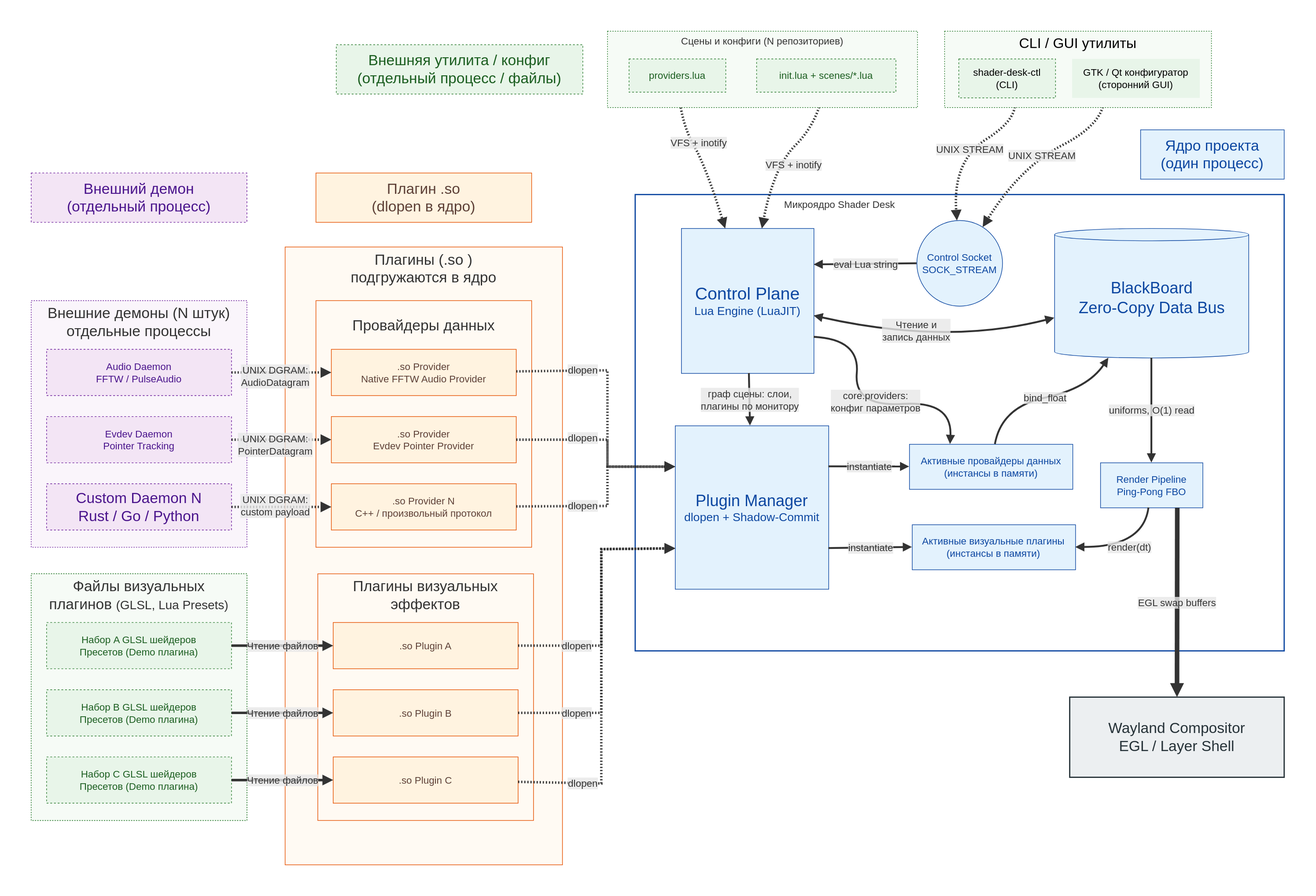
Earlier version of the draw.io export docs/ru/diagram/SVG/Архитектура.drawio.svg (KMartianov/shader-desk). Source tidied: cells renumbered, new cells last; positions are measured from the earlier drawing's top-left corner, leaving out a move shared by most shapes.
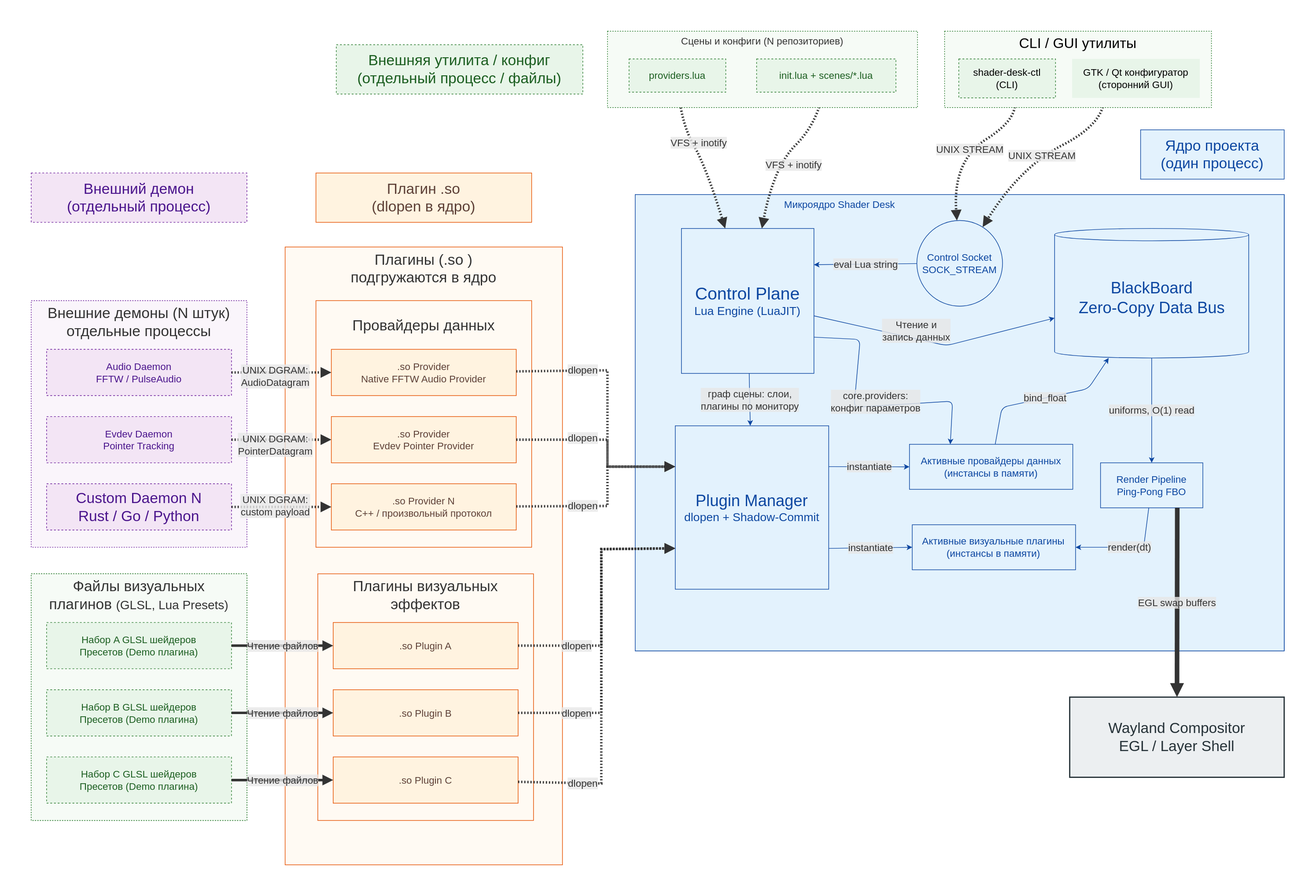
Above is the later version.

What changed in the source:
```diff
@@ -2,43 +2,43 @@
   <root>
     <mxCell id="0" />
     <mxCell id="1" parent="0" />
-    <mxCell id="2" style="group;" parent="1" vertex="1">
+    <mxCell id="2" style="group;fillColor=none;align=center;" parent="1" vertex="1">
       <mxGeometry x="980" y="160" width="1053" height="1050" as="geometry" />
     </mxCell>
-    <mxCell id="3" style="group;fillColor=default;" parent="2" vertex="1">
+    <mxCell id="3" style="group;fillColor=light-dark(#E3F2FD,#070B0E);fontColor=#0d47a1;strokeColor=#0d47a1;strokeWidth=1;align=center;verticalAlign=middle;fontFamily=Trebuchet MS,Verdana,Arial,sans-serif;fontSize=16;" parent="2" vertex="1">
       <mxGeometry y="105" width="1053" height="740" as="geometry" />
     </mxCell>
-    <mxCell id="4" value="&amp;nbsp; &amp;nbsp; &amp;nbsp; &amp;nbsp; &amp;nbsp; &amp;nbsp; &amp;nbsp; &amp;nbsp; &amp;nbsp; &amp;nbsp; &amp;nbsp; &amp;nbsp; &amp;nbsp; &amp;nbsp; &amp;nbsp; &amp;nbsp; &amp;nbsp; &amp;nbsp; &amp;nbsp; &amp;nbsp; &amp;nbsp; &amp;nbsp; &amp;nbsp; &amp;nbsp; &amp;nbsp; &amp;nbsp; &amp;nbsp; Микроядро Shader Desk" style="html=1;whiteSpace=wrap;strokeWidth=2;verticalAlign=top;fillColor=default;strokeColor=#0d47a1;fontColor=light-dark(#333333,#cccccc);fontFamily=Trebuchet MS,Verdana,Arial,sans-serif;fontSize=16;align=left;" parent="3" vertex="1">
+    <mxCell id="4" value="&amp;nbsp; &amp;nbsp; &amp;nbsp; &amp;nbsp; &amp;nbsp; &amp;nbsp; &amp;nbsp; &amp;nbsp; &amp;nbsp; &amp;nbsp; &amp;nbsp; &amp;nbsp; &amp;nbsp; &amp;nbsp; &amp;nbsp; &amp;nbsp; &amp;nbsp; &amp;nbsp; &amp;nbsp; &amp;nbsp; &amp;nbsp; &amp;nbsp; &amp;nbsp; &amp;nbsp; &amp;nbsp; &amp;nbsp; &amp;nbsp; Микроядро Shader Desk" style="html=1;whiteSpace=wrap;strokeWidth=1;verticalAlign=top;fillColor=light-dark(#E3F2FD,#001313);strokeColor=#0d47a1;fontColor=#0d47a1;fontFamily=Trebuchet MS,Verdana,Arial,sans-serif;fontSize=16;align=left;" parent="3" vertex="1">
       <mxGeometry width="1053" height="740" as="geometry" />
     </mxCell>
-    <mxCell id="5" style="group;" parent="3" vertex="1">
+    <mxCell id="5" style="group;strokeColor=none;strokeWidth=1;align=center;verticalAlign=middle;fontFamily=Trebuchet MS,Verdana,Arial,sans-serif;fontSize=16;fontColor=#0d47a1;fillColor=none;" parent="3" vertex="1">
       <mxGeometry x="65" y="42" width="930.5" height="598" as="geometry" />
     </mxCell>
-    <mxCell id="6" value="Render Pipeline&#10;Ping-Pong FBO" style="html=1;whiteSpace=wrap;strokeWidth=1;fillColor=#e3f2fd;strokeColor=#0d47a1;fontColor=#0d47a1;fontFamily=Trebuchet MS,Verdana,Arial,sans-serif;fontSize=16;" parent="5" vertex="1">
+    <mxCell id="6" value="Render Pipeline&#10;Ping-Pong FBO" style="html=1;whiteSpace=wrap;strokeWidth=1;fillColor=#e3f2fd;strokeColor=#0d47a1;fontColor=#0d47a1;fontFamily=Trebuchet MS,Verdana,Arial,sans-serif;fontSize=16;align=center;verticalAlign=middle;" parent="5" vertex="1">
       <mxGeometry x="690" y="393" width="166" height="73" as="geometry" />
     </mxCell>
-    <mxCell id="7" value="&lt;font style=&quot;font-size: 26px;&quot;&gt;BlackBoard&lt;br&gt;Zero-Copy Data Bus&lt;/font&gt;" style="html=1;shape=cylinder3;boundedLbl=1;backgroundOutline=1;size=10;strokeWidth=1;whiteSpace=wrap;fillColor=#e3f2fd;strokeColor=#0d47a1;fontColor=#0d47a1;fontFamily=Trebuchet MS,Verdana,Arial,sans-serif;fontSize=16;" parent="5" vertex="1">
+    <mxCell id="7" value="&lt;font style=&quot;font-size: 26px;&quot;&gt;BlackBoard&lt;br&gt;Zero-Copy Data Bus&lt;/font&gt;" style="html=1;shape=cylinder3;boundedLbl=1;backgroundOutline=1;size=10;strokeWidth=1;whiteSpace=wrap;fillColor=#e3f2fd;strokeColor=#0d47a1;fontColor=#0d47a1;fontFamily=Trebuchet MS,Verdana,Arial,sans-serif;fontSize=16;align=center;verticalAlign=middle;" parent="5" vertex="1">
       <mxGeometry x="615.5" y="13" width="315" height="210" as="geometry" />
     </mxCell>
-    <mxCell id="8" value="Control Socket&#10;SOCK_STREAM" style="ellipse;html=1;strokeWidth=1;whiteSpace=wrap;fillColor=#e3f2fd;strokeColor=#0d47a1;fontColor=#0d47a1;fontFamily=Trebuchet MS,Verdana,Arial,sans-serif;fontSize=16;" parent="5" vertex="1">
+    <mxCell id="8" value="Control Socket&#10;SOCK_STREAM" style="ellipse;html=1;strokeWidth=1;whiteSpace=wrap;fillColor=#e3f2fd;strokeColor=#0d47a1;fontColor=#0d47a1;fontFamily=Trebuchet MS,Verdana,Arial,sans-serif;fontSize=16;align=center;verticalAlign=middle;" parent="5" vertex="1">
       <mxGeometry x="392" width="139" height="139" as="geometry" />
     </mxCell>
-    <mxCell id="9" value="Активные провайдеры данных&#10;(инстансы в памяти)" style="html=1;whiteSpace=wrap;strokeWidth=1;fillColor=#e3f2fd;strokeColor=#0d47a1;fontColor=#0d47a1;fontFamily=Trebuchet MS,Verdana,Arial,sans-serif;fontSize=16;" parent="5" vertex="1">
+    <mxCell id="9" value="Активные провайдеры данных&#10;(инстансы в памяти)" style="html=1;whiteSpace=wrap;strokeWidth=1;fillColor=#e3f2fd;strokeColor=#0d47a1;fontColor=#0d47a1;fontFamily=Trebuchet MS,Verdana,Arial,sans-serif;fontSize=16;align=center;verticalAlign=middle;" parent="5" vertex="1">
       <mxGeometry x="380" y="363" width="265" height="73" as="geometry" />
     </mxCell>
-    <mxCell id="10" value="&lt;font style=&quot;&quot;&gt;&lt;font style=&quot;font-size: 28px;&quot;&gt;Control Plane&lt;/font&gt;&lt;br&gt;&lt;span style=&quot;font-size: 19px;&quot;&gt;Lua Engine (LuaJIT)&lt;/span&gt;&lt;/font&gt;" style="html=1;whiteSpace=wrap;strokeWidth=1;fillColor=#e3f2fd;strokeColor=#0d47a1;fontColor=#0d47a1;fontFamily=Trebuchet MS,Verdana,Arial,sans-serif;fontSize=16;" parent="5" vertex="1">
+    <mxCell id="10" value="&lt;font style=&quot;&quot;&gt;&lt;font style=&quot;font-size: 28px;&quot;&gt;Control Plane&lt;/font&gt;&lt;br&gt;&lt;span style=&quot;font-size: 19px;&quot;&gt;Lua Engine (LuaJIT)&lt;/span&gt;&lt;/font&gt;" style="html=1;whiteSpace=wrap;strokeWidth=1;fillColor=#e3f2fd;strokeColor=#0d47a1;fontColor=#0d47a1;fontFamily=Trebuchet MS,Verdana,Arial,sans-serif;fontSize=16;align=center;verticalAlign=middle;" parent="5" vertex="1">
       <mxGeometry x="10" y="13" width="215" height="235" as="geometry" />
     </mxCell>
-    <mxCell id="11" value="&lt;font style=&quot;&quot;&gt;&lt;font style=&quot;font-size: 26px;&quot;&gt;Plugin Manager&lt;/font&gt;&lt;br&gt;&lt;span style=&quot;font-size: 19px;&quot;&gt;dlopen + Shadow-Commit&lt;/span&gt;&lt;/font&gt;" style="html=1;whiteSpace=wrap;strokeWidth=1;fillColor=#e3f2fd;strokeColor=#0d47a1;fontColor=#0d47a1;fontFamily=Trebuchet MS,Verdana,Arial,sans-serif;fontSize=16;" parent="5" vertex="1">
+    <mxCell id="11" value="&lt;font style=&quot;&quot;&gt;&lt;font style=&quot;font-size: 26px;&quot;&gt;Plugin Manager&lt;/font&gt;&lt;br&gt;&lt;span style=&quot;font-size: 19px;&quot;&gt;dlopen + Shadow-Commit&lt;/span&gt;&lt;/font&gt;" style="html=1;whiteSpace=wrap;strokeWidth=1;fillColor=#e3f2fd;strokeColor=#0d47a1;fontColor=#0d47a1;fontFamily=Trebuchet MS,Verdana,Arial,sans-serif;fontSize=16;align=center;verticalAlign=middle;" parent="5" vertex="1">
       <mxGeometry y="333" width="249" height="265" as="geometry" />
     </mxCell>
-    <mxCell id="12" value="Активные визуальные плагины&#10;(инстансы в памяти)" style="html=1;whiteSpace=wrap;strokeWidth=1;fillColor=#e3f2fd;strokeColor=#0d47a1;fontColor=#0d47a1;fontFamily=Trebuchet MS,Verdana,Arial,sans-serif;fontSize=16;" parent="5" vertex="1">
+    <mxCell id="12" value="Активные визуальные плагины&#10;(инстансы в памяти)" style="html=1;whiteSpace=wrap;strokeWidth=1;fillColor=#e3f2fd;strokeColor=#0d47a1;fontColor=#0d47a1;fontFamily=Trebuchet MS,Verdana,Arial,sans-serif;fontSize=16;align=center;verticalAlign=middle;" parent="5" vertex="1">
       <mxGeometry x="384.5" y="493.5" width="265" height="73" as="geometry" />
     </mxCell>
-    <mxCell id="13" value="uniforms, O(1) read" style="curved=1;startArrow=none;endArrow=block;endSize=7;strokeColor=light-dark(#333333,#cccccc);html=1;fontSize=16;labelBackgroundColor=light-dark(#E8E8E88D,#2a2a2a8D);fontFamily=Trebuchet MS,Verdana,Arial,sans-serif;fontColor=light-dark(#333333,#cccccc);rounded=0;strokeWidth=3;" parent="5" edge="1" source="7" target="6">
+    <mxCell id="13" value="uniforms, O(1) read" style="strokeColor=#0d47a1;html=1;fontSize=16;fontFamily=Trebuchet MS,Verdana,Arial,sans-serif;fontColor=light-dark(#333333,#cccccc);strokeWidth=1;align=center;verticalAlign=middle;fillColor=#e3f2fd;fontStyle=0;labelBackgroundColor=light-dark(#E8E8E88D,#2a2a2a8D);horizontal=1;" parent="5" edge="1" source="7" target="6">
       <mxGeometry relative="1" as="geometry" />
     </mxCell>
-    <mxCell id="14" value="bind_float" style="curved=1;startArrow=none;endArrow=block;endSize=7;strokeColor=light-dark(#333333,#cccccc);html=1;fontSize=16;labelBackgroundColor=light-dark(#E8E8E88D,#2a2a2a8D);fontFamily=Trebuchet MS,Verdana,Arial,sans-serif;fontColor=light-dark(#333333,#cccccc);rounded=0;strokeWidth=3;" parent="5" edge="1" source="9" target="7">
+    <mxCell id="14" value="bind_float" style="strokeColor=#0d47a1;html=1;fontSize=16;fontFamily=Trebuchet MS,Verdana,Arial,sans-serif;fontColor=light-dark(#333333,#cccccc);strokeWidth=1;align=center;verticalAlign=middle;fillColor=#e3f2fd;fontStyle=0;labelBackgroundColor=light-dark(#E8E8E88D,#2a2a2a8D);horizontal=1;" parent="5" edge="1" source="9" target="7">
       <mxGeometry relative="1" as="geometry">
         <Array as="points">
           <mxPoint x="530" y="303" />
@@ -46,17 +46,17 @@
         </Array>
       </mxGeometry>
     </mxCell>
-    <mxCell id="15" value="Чтение и&lt;br&gt;запись данных" style="curved=1;startArrow=block;startSize=7;endArrow=block;endSize=7;strokeColor=light-dark(#333333,#cccccc);html=1;fontSize=16;labelBackgroundColor=light-dark(#E8E8E88D,#2a2a2a8D);fontFamily=Trebuchet MS,Verdana,Arial,sans-serif;fontColor=light-dark(#333333,#cccccc);rounded=0;strokeWidth=3;" parent="5" edge="1" source="10" target="7">
+    <mxCell id="15" value="Чтение и&lt;br&gt;запись данных" style="strokeColor=#0d47a1;html=1;fontSize=16;fontFamily=Trebuchet MS,Verdana,Arial,sans-serif;fontColor=light-dark(#333333,#cccccc);strokeWidth=1;align=center;verticalAlign=middle;fillColor=#e3f2fd;fontStyle=0;labelBackgroundColor=light-dark(#E8E8E88D,#2a2a2a8D);horizontal=1;" parent="5" edge="1" source="10" target="7">
       <mxGeometry x="-0.17" y="13" relative="1" as="geometry">
         <Array as="points">
           <mxPoint x="440" y="203" />
         </Array>
       </mxGeometry>
     </mxCell>
-    <mxCell id="16" value="eval Lua string" style="curved=1;startArrow=none;endArrow=block;endSize=7;strokeColor=light-dark(#333333,#cccccc);html=1;fontSize=16;labelBackgroundColor=light-dark(#E8E8E88D,#2a2a2a8D);fontFamily=Trebuchet MS,Verdana,Arial,sans-serif;fontColor=light-dark(#333333,#cccccc);rounded=0;entryX=1;entryY=0.25;entryDx=0;entryDy=0;strokeWidth=3;" parent="5" edge="1" source="8" target="10">
+    <mxCell id="16" value="eval Lua string" style="strokeColor=#0d47a1;html=1;fontSize=16;fontFamily=Trebuchet MS,Verdana,Arial,sans-serif;fontColor=light-dark(#333333,#cccccc);entryX=1;entryY=0.25;entryDx=0;entryDy=0;strokeWidth=1;align=center;verticalAlign=middle;fillColor=#e3f2fd;fontStyle=0;labelBackgroundColor=light-dark(#E8E8E88D,#2a2a2a8D);horizontal=1;" parent="5" edge="1" source="8" target="10">
       <mxGeometry relative="1" as="geometry" />
     </mxCell>
-    <mxCell id="17" value="core.providers:&lt;br&gt;конфиг параметров" style="curved=1;startArrow=none;endArrow=block;endSize=7;strokeColor=light-dark(#333333,#cccccc);html=1;fontSize=16;labelBackgroundColor=light-dark(#E8E8E88D,#2a2a2a8D);fontFamily=Trebuchet MS,Verdana,Arial,sans-serif;fontColor=light-dark(#333333,#cccccc);rounded=0;exitX=1;exitY=0.75;exitDx=0;exitDy=0;entryX=0.25;entryY=0;entryDx=0;entryDy=0;strokeWidth=3;" parent="5" edge="1" source="10" target="9">
+    <mxCell id="17" value="core.providers:&lt;br&gt;конфиг параметров" style="strokeColor=#0d47a1;html=1;fontSize=16;fontFamily=Trebuchet MS,Verdana,Arial,sans-serif;fontColor=light-dark(#333333,#cccccc);exitX=1;exitY=0.75;exitDx=0;exitDy=0;entryX=0.25;entryY=0;entryDx=0;entryDy=0;strokeWidth=1;align=center;verticalAlign=middle;fillColor=#e3f2fd;fontStyle=0;labelBackgroundColor=light-dark(#E8E8E88D,#2a2a2a8D);horizontal=1;" parent="5" edge="1" source="10" target="9">
       <mxGeometry x="0.07" y="7" relative="1" as="geometry">
         <Array as="points">
           <mxPoint x="300" y="193" />
@@ -65,20 +65,20 @@
         </Array>
       </mxGeometry>
     </mxCell>
-    <mxCell id="18" value="instantiate" style="curved=1;startArrow=none;endArrow=block;endSize=7;strokeColor=light-dark(#333333,#cccccc);html=1;fontSize=16;labelBackgroundColor=light-dark(#E8E8E88D,#2a2a2a8D);fontFamily=Trebuchet MS,Verdana,Arial,sans-serif;fontColor=light-dark(#333333,#cccccc);rounded=0;exitX=1;exitY=0.25;exitDx=0;exitDy=0;entryX=0;entryY=0.5;entryDx=0;entryDy=0;strokeWidth=3;" parent="5" edge="1" source="11" target="9">
+    <mxCell id="18" value="instantiate" style="strokeColor=#0d47a1;html=1;fontSize=16;fontFamily=Trebuchet MS,Verdana,Arial,sans-serif;fontColor=light-dark(#333333,#cccccc);exitX=1;exitY=0.25;exitDx=0;exitDy=0;entryX=0;entryY=0.5;entryDx=0;entryDy=0;strokeWidth=1;align=center;verticalAlign=middle;fillColor=#e3f2fd;fontStyle=0;labelBackgroundColor=light-dark(#E8E8E88D,#2a2a2a8D);horizontal=1;" parent="5" edge="1" source="11" target="9">
       <mxGeometry relative="1" as="geometry" />
     </mxCell>
-    <mxCell id="19" value="граф сцены: слои,&lt;br&gt;плагины по монитору" style="curved=1;startArrow=none;endArrow=block;endSize=7;strokeColor=light-dark(#333333,#cccccc);html=1;fontSize=16;labelBackgroundColor=light-dark(#E8E8E88D,#2a2a2a8D);fontFamily=Trebuchet MS,Verdana,Arial,sans-serif;fontColor=light-dark(#333333,#cccccc);rounded=0;strokeWidth=3;" parent="5" edge="1" source="10" target="11">
+    <mxCell id="19" value="граф сцены: слои,&lt;br&gt;плагины по монитору" style="strokeColor=#0d47a1;html=1;fontSize=16;fontFamily=Trebuchet MS,Verdana,Arial,sans-serif;fontColor=light-dark(#333333,#cccccc);strokeWidth=1;align=center;verticalAlign=middle;fillColor=#e3f2fd;fontStyle=0;labelBackgroundColor=light-dark(#E8E8E88D,#2a2a2a8D);horizontal=1;" parent="5" edge="1" source="10" target="11">
       <mxGeometry relative="1" as="geometry" />
     </mxCell>
-    <mxCell id="20" value="render(dt)" style="curved=1;startArrow=none;endArrow=block;endSize=7;strokeColor=light-dark(#333333,#cccccc);html=1;fontSize=16;labelBackgroundColor=light-dark(#E8E8E88D,#2a2a2a8D);fontFamily=Trebuchet MS,Verdana,Arial,sans-serif;fontColor=light-dark(#333333,#cccccc);rounded=0;strokeWidth=3;" parent="5" edge="1" source="6" target="12">
+    <mxCell id="20" value="render(dt)" style="strokeColor=#0d47a1;html=1;fontSize=16;fontFamily=Trebuchet MS,Verdana,Arial,sans-serif;fontColor=light-dark(#333333,#cccccc);strokeWidth=1;align=center;verticalAlign=middle;fillColor=#e3f2fd;fontStyle=0;labelBackgroundColor=light-dark(#E8E8E88D,#2a2a2a8D);horizontal=1;" parent="5" edge="1" source="6" target="12">
       <mxGeometry relative="1" as="geometry">
         <Array as="points">
           <mxPoint x="760" y="530" />
         </Array>
       </mxGeometry>
     </mxCell>
-    <mxCell id="21" value="instantiate" style="curved=1;startArrow=none;endArrow=block;endSize=7;strokeColor=light-dark(#333333,#cccccc);html=1;fontSize=16;labelBackgroundColor=light-dark(#E8E8E88D,#2a2a2a8D);fontFamily=Trebuchet MS,Verdana,Arial,sans-serif;fontColor=light-dark(#333333,#cccccc);rounded=0;exitX=1;exitY=0.75;exitDx=0;exitDy=0;entryX=0;entryY=0.5;entryDx=0;entryDy=0;strokeWidth=3;" parent="5" edge="1" source="11" target="12">
+    <mxCell id="21" value="instantiate" style="strokeColor=#0d47a1;html=1;fontSize=16;fontFamily=Trebuchet MS,Verdana,Arial,sans-serif;fontColor=light-dark(#333333,#cccccc);exitX=1;exitY=0.75;exitDx=0;exitDy=0;entryX=0;entryY=0.5;entryDx=0;entryDy=0;strokeWidth=1;align=center;verticalAlign=middle;fillColor=#e3f2fd;fontStyle=0;labelBackgroundColor=light-dark(#E8E8E88D,#2a2a2a8D);horizontal=1;" parent="5" edge="1" source="11" target="12">
       <mxGeometry relative="1" as="geometry" />
     </mxCell>
     <mxCell id="22" value="&lt;font style=&quot;font-size: 24px;&quot;&gt;Wayland Compositor&lt;br&gt;EGL / Layer Shell&lt;/font&gt;" style="html=1;whiteSpace=wrap;strokeWidth=2;fillColor=#eceff1;strokeColor=#263238;fontColor=#263238;fontFamily=Trebuchet MS,Verdana,Arial,sans-serif;fontSize=16;" parent="2" vertex="1">
```
